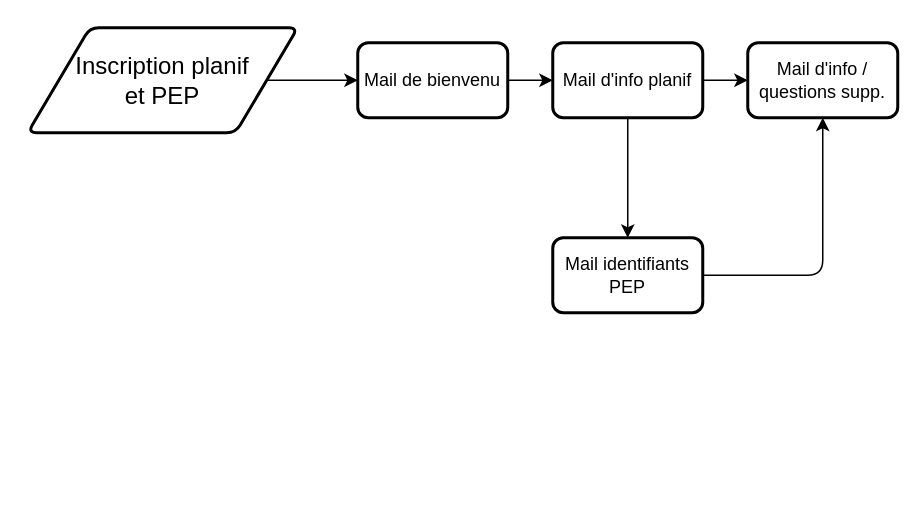
Earlier version of the draw.io diagram page "Page-1" (1 of 2) of COVID-19 Task Force HR process.drawio (ConusV01/COVID_Task_Force_HR_process). Source tidied: cells renumbered, new cells numbered last; positions are measured from the earlier drawing's top-left corner, leaving out a move shared by most shapes. Both pictures are drawn from the tidied source at 150%, with x=0, y=0 at pixel (27, 27).
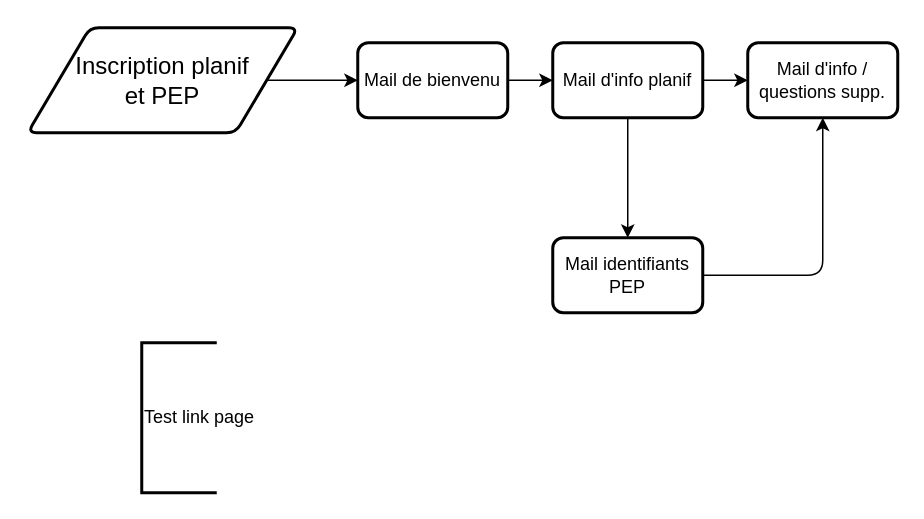
The same page after the edit.

Commit message:
Test link page flowchart

Diff of the diagram source:
```diff
@@
 <mxGraphModel>
   <root>
     <mxCell id="0" />
     <mxCell id="1" parent="0" />
     <mxCell id="2" style="edgeStyle=orthogonalEdgeStyle;jettySize=auto;html=1;exitX=1;exitY=0.5;exitDx=0;exitDy=0;entryX=0;entryY=0.5;entryDx=0;entryDy=0;" parent="1" edge="1" source="3" target="8">
       <mxGeometry relative="1" as="geometry" />
     </mxCell>
     <mxCell id="3" value="Mail de bienvenu" style="whiteSpace=wrap;html=1;absoluteArcSize=1;arcSize=14;strokeWidth=2;rounded=1;" parent="1" vertex="1">
       <mxGeometry x="220" y="10" width="100" height="50" as="geometry" />
     </mxCell>
     <mxCell id="4" style="edgeStyle=orthogonalEdgeStyle;jettySize=auto;html=1;exitX=1;exitY=0.5;exitDx=0;exitDy=0;" parent="1" edge="1" source="5" target="3">
       <mxGeometry relative="1" as="geometry" />
     </mxCell>
     <mxCell id="5" value="&lt;p style=&quot;margin-top: 0pt ; margin-bottom: 0pt ; margin-left: 0in ; direction: ltr ; unicode-bidi: embed ; word-break: normal&quot;&gt;&lt;span style=&quot;font-size: 12pt ; font-family: &amp;#34;calibri&amp;#34;&quot;&gt;Inscription &lt;/span&gt;&lt;span style=&quot;font-size: 12pt ; font-family: &amp;#34;calibri&amp;#34;&quot;&gt;planif&lt;br/&gt;&lt;/span&gt;&lt;span style=&quot;font-size: 12pt ; font-family: &amp;#34;calibri&amp;#34;&quot;&gt;et &lt;/span&gt;&lt;span style=&quot;font-size: 12pt ; font-family: &amp;#34;calibri&amp;#34;&quot;&gt;PEP&lt;/span&gt;&lt;/p&gt;" style="shape=parallelogram;html=1;strokeWidth=2;perimeter=parallelogramPerimeter;whiteSpace=wrap;arcSize=12;size=0.23;rounded=1;" parent="1" vertex="1">
       <mxGeometry width="180" height="70" as="geometry" />
     </mxCell>
     <mxCell id="6" style="edgeStyle=orthogonalEdgeStyle;jettySize=auto;html=1;exitX=0.5;exitY=1;exitDx=0;exitDy=0;entryX=0.5;entryY=0;entryDx=0;entryDy=0;" parent="1" edge="1" source="8" target="10">
       <mxGeometry relative="1" as="geometry" />
     </mxCell>
     <mxCell id="7" style="edgeStyle=orthogonalEdgeStyle;jettySize=auto;html=1;exitX=1;exitY=0.5;exitDx=0;exitDy=0;entryX=0;entryY=0.5;entryDx=0;entryDy=0;" parent="1" edge="1" source="8" target="11">
       <mxGeometry relative="1" as="geometry" />
     </mxCell>
     <mxCell id="8" value="Mail d'info planif" style="whiteSpace=wrap;html=1;absoluteArcSize=1;arcSize=14;strokeWidth=2;rounded=1;" parent="1" vertex="1">
       <mxGeometry x="350" y="10" width="100" height="50" as="geometry" />
     </mxCell>
     <mxCell id="9" style="edgeStyle=orthogonalEdgeStyle;jettySize=auto;html=1;exitX=1;exitY=0.5;exitDx=0;exitDy=0;entryX=0.5;entryY=1;entryDx=0;entryDy=0;" parent="1" edge="1" source="10" target="11">
       <mxGeometry relative="1" as="geometry" />
     </mxCell>
     <mxCell id="10" value="Mail identifiants PEP" style="whiteSpace=wrap;html=1;absoluteArcSize=1;arcSize=14;strokeWidth=2;rounded=1;" parent="1" vertex="1">
       <mxGeometry x="350" y="140" width="100" height="50" as="geometry" />
     </mxCell>
     <mxCell id="11" value="Mail d'info / questions supp." style="whiteSpace=wrap;html=1;absoluteArcSize=1;arcSize=14;strokeWidth=2;rounded=1;" parent="1" vertex="1">
       <mxGeometry x="480" y="10" width="100" height="50" as="geometry" />
     </mxCell>
+    <mxCell id="12" value="Test link page" style="strokeWidth=2;html=1;shape=mxgraph.flowchart.annotation_1;align=left;rounded=1;" parent="1" vertex="1">
+      <mxGeometry x="76" y="210" width="50" height="100" as="geometry" />
+    </mxCell>
   </root>
 </mxGraphModel>
```
